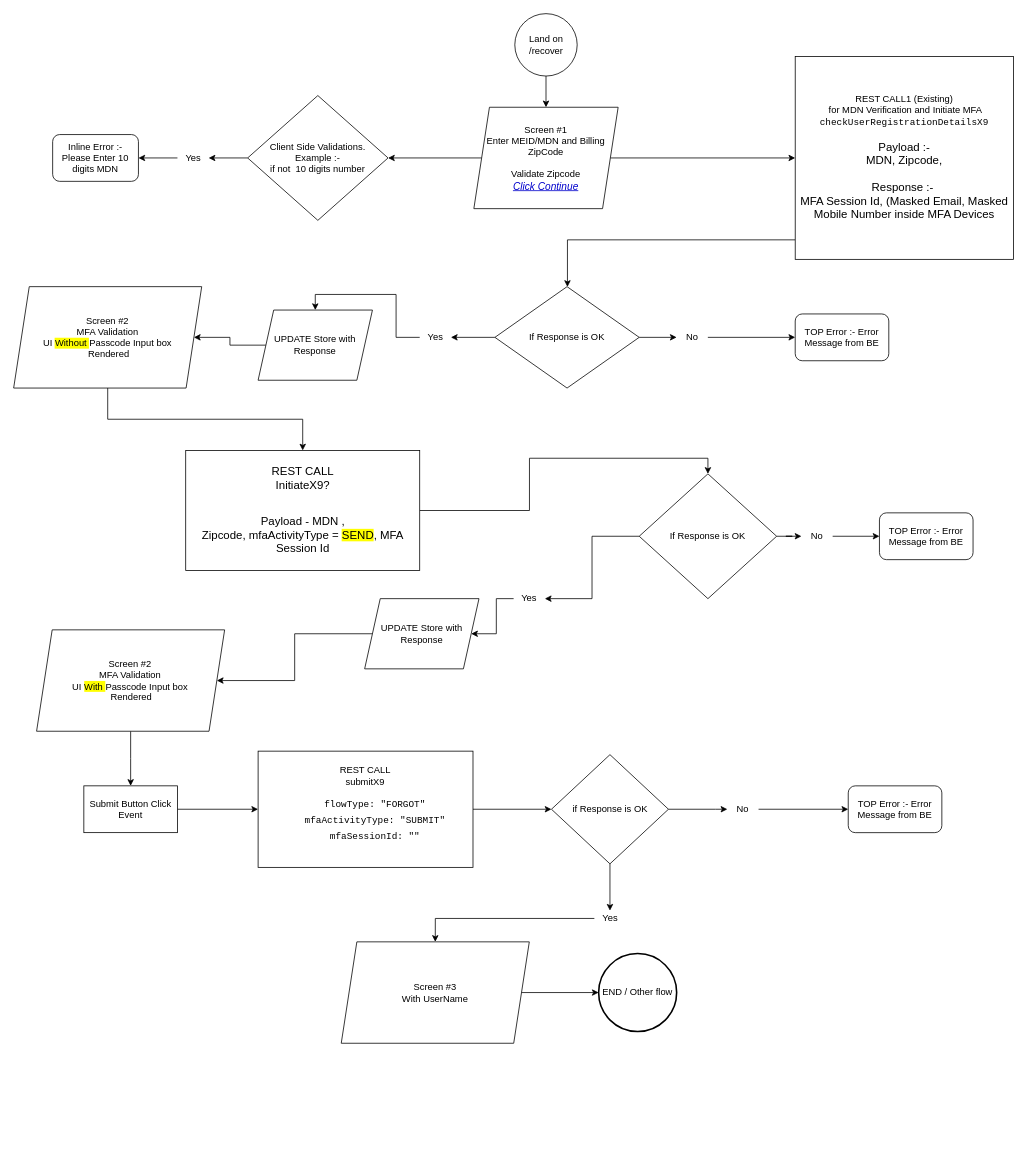
mercecii/M3 keeps this draw.io diagram as Forgot Username.drawio. Above is the earlier version. Source tidied: cells renumbered, new cells numbered last; positions are measured from the earlier drawing's top-left corner, leaving out a move shared by most shapes. Both pictures are drawn from the tidied source at 78%, with x=0, y=0 at pixel (13, 13).
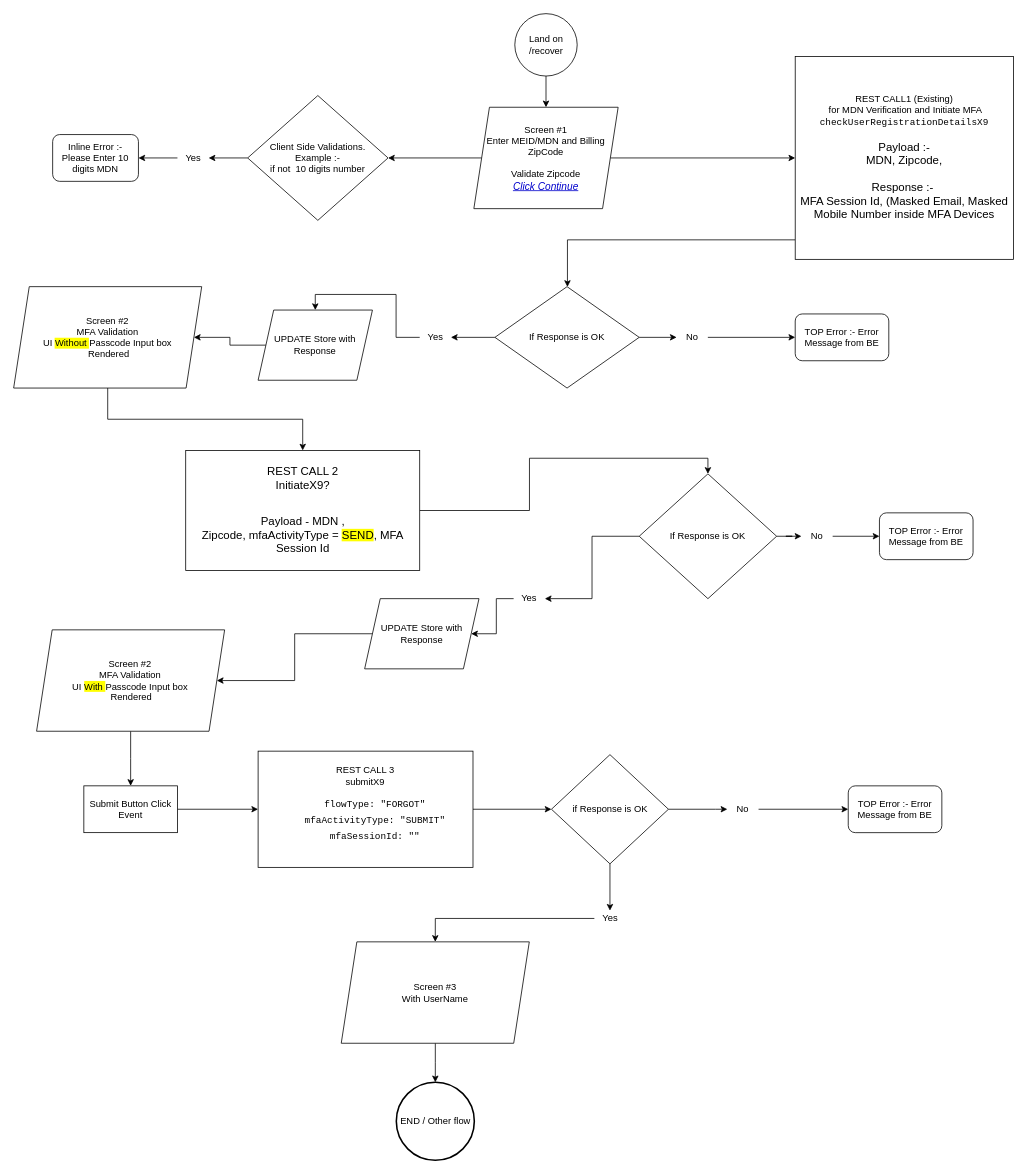
The same page after the edit.

The edit, as a diff of the source:
```diff
@@
-    <mxCell id="18" value="REST CALL&lt;br&gt;submitX9&lt;br&gt;&lt;ol class=&quot;children expanded&quot; style=&quot;box-sizing: border-box ; min-width: 0px ; min-height: 0px ; list-style-type: none ; padding-left: 10px ; font-family: &amp;#34;consolas&amp;#34; , &amp;#34;lucida console&amp;#34; , &amp;#34;courier new&amp;#34; , monospace&quot;&gt;&lt;li tabindex=&quot;0&quot; class=&quot;force-white-icons selected&quot; style=&quot;box-sizing: border-box ; min-width: 0px ; min-height: 12px ; outline-width: 0px ; text-overflow: ellipsis ; position: relative ; display: block ; align-items: center ; padding-left: 5px ; line-height: 20px ; margin-top: 1px ; margin-left: 10px&quot;&gt;&lt;span class=&quot;name-and-value&quot; style=&quot;box-sizing: border-box ; min-width: 0px ; min-height: 0px ; overflow: hidden ; text-overflow: ellipsis ; line-height: 16px&quot;&gt;&lt;span class=&quot;name&quot; style=&quot;box-sizing: border-box ; min-width: 0px ; min-height: 0px&quot;&gt;flowType&lt;/span&gt;:&amp;nbsp;&lt;span class=&quot;object-value-string value&quot; style=&quot;box-sizing: border-box ; min-width: 0px ; min-height: 0px&quot;&gt;&lt;span class=&quot;object-value-string-quote&quot; style=&quot;box-sizing: border-box ; min-width: 0px ; min-height: 0px&quot;&gt;&quot;&lt;/span&gt;FORGOT&lt;span class=&quot;object-value-string-quote&quot; style=&quot;box-sizing: border-box ; min-width: 0px ; min-height: 0px&quot;&gt;&quot;&lt;/span&gt;&lt;/span&gt;&lt;/span&gt;&lt;/li&gt;&lt;li style=&quot;box-sizing: border-box ; min-width: 0px ; min-height: 12px ; text-overflow: ellipsis ; position: relative ; display: block ; align-items: center ; padding-left: 5px ; line-height: 20px ; margin-top: 1px ; margin-left: 10px&quot;&gt;&lt;span class=&quot;name-and-value&quot; style=&quot;box-sizing: border-box ; min-width: 0px ; min-height: 0px ; overflow: hidden ; text-overflow: ellipsis ; line-height: 16px&quot;&gt;&lt;span class=&quot;name&quot; style=&quot;box-sizing: border-box ; min-width: 0px ; min-height: 0px&quot;&gt;mfaActivityType&lt;/span&gt;:&amp;nbsp;&lt;span class=&quot;object-value-string value&quot; style=&quot;box-sizing: border-box ; min-width: 0px ; min-height: 0px&quot;&gt;&lt;span class=&quot;object-value-string-quote&quot; style=&quot;box-sizing: border-box ; min-width: 0px ; min-height: 0px&quot;&gt;&quot;&lt;/span&gt;SUBMIT&lt;span class=&quot;object-value-string-quote&quot; style=&quot;box-sizing: border-box ; min-width: 0px ; min-height: 0px&quot;&gt;&quot;&lt;/span&gt;&lt;/span&gt;&lt;/span&gt;&lt;/li&gt;&lt;li style=&quot;box-sizing: border-box ; min-width: 0px ; min-height: 12px ; text-overflow: ellipsis ; position: relative ; display: block ; align-items: center ; padding-left: 5px ; line-height: 20px ; margin-top: 1px ; margin-left: 10px&quot;&gt;&lt;span class=&quot;name-and-value&quot; style=&quot;box-sizing: border-box ; min-width: 0px ; min-height: 0px ; overflow: hidden ; text-overflow: ellipsis ; line-height: 16px&quot;&gt;&lt;span class=&quot;name&quot; style=&quot;box-sizing: border-box ; min-width: 0px ; min-height: 0px&quot;&gt;mfaSessionId&lt;/span&gt;:&amp;nbsp;&lt;span class=&quot;object-value-string value&quot; style=&quot;box-sizing: border-box ; min-width: 0px ; min-height: 0px&quot;&gt;&lt;span class=&quot;object-value-string-quote&quot; style=&quot;box-sizing: border-box ; min-width: 0px ; min-height: 0px&quot;&gt;&quot;&lt;/span&gt;&lt;span class=&quot;object-value-string-quote&quot; style=&quot;box-sizing: border-box ; min-width: 0px ; min-height: 0px&quot;&gt;&quot;&lt;/span&gt;&lt;/span&gt;&lt;/span&gt;&lt;/li&gt;&lt;/ol&gt;" style="whiteSpace=wrap;html=1;" parent="1" vertex="1">
+    <mxCell id="18" value="REST CALL 3&lt;br&gt;submitX9&lt;br&gt;&lt;ol class=&quot;children expanded&quot; style=&quot;box-sizing: border-box ; min-width: 0px ; min-height: 0px ; list-style-type: none ; padding-left: 10px ; font-family: &amp;#34;consolas&amp;#34; , &amp;#34;lucida console&amp;#34; , &amp;#34;courier new&amp;#34; , monospace&quot;&gt;&lt;li tabindex=&quot;0&quot; class=&quot;force-white-icons selected&quot; style=&quot;box-sizing: border-box ; min-width: 0px ; min-height: 12px ; outline-width: 0px ; text-overflow: ellipsis ; position: relative ; display: block ; align-items: center ; padding-left: 5px ; line-height: 20px ; margin-top: 1px ; margin-left: 10px&quot;&gt;&lt;span class=&quot;name-and-value&quot; style=&quot;box-sizing: border-box ; min-width: 0px ; min-height: 0px ; overflow: hidden ; text-overflow: ellipsis ; line-height: 16px&quot;&gt;&lt;span class=&quot;name&quot; style=&quot;box-sizing: border-box ; min-width: 0px ; min-height: 0px&quot;&gt;flowType&lt;/span&gt;:&amp;nbsp;&lt;span class=&quot;object-value-string value&quot; style=&quot;box-sizing: border-box ; min-width: 0px ; min-height: 0px&quot;&gt;&lt;span class=&quot;object-value-string-quote&quot; style=&quot;box-sizing: border-box ; min-width: 0px ; min-height: 0px&quot;&gt;&quot;&lt;/span&gt;FORGOT&lt;span class=&quot;object-value-string-quote&quot; style=&quot;box-sizing: border-box ; min-width: 0px ; min-height: 0px&quot;&gt;&quot;&lt;/span&gt;&lt;/span&gt;&lt;/span&gt;&lt;/li&gt;&lt;li style=&quot;box-sizing: border-box ; min-width: 0px ; min-height: 12px ; text-overflow: ellipsis ; position: relative ; display: block ; align-items: center ; padding-left: 5px ; line-height: 20px ; margin-top: 1px ; margin-left: 10px&quot;&gt;&lt;span class=&quot;name-and-value&quot; style=&quot;box-sizing: border-box ; min-width: 0px ; min-height: 0px ; overflow: hidden ; text-overflow: ellipsis ; line-height: 16px&quot;&gt;&lt;span class=&quot;name&quot; style=&quot;box-sizing: border-box ; min-width: 0px ; min-height: 0px&quot;&gt;mfaActivityType&lt;/span&gt;:&amp;nbsp;&lt;span class=&quot;object-value-string value&quot; style=&quot;box-sizing: border-box ; min-width: 0px ; min-height: 0px&quot;&gt;&lt;span class=&quot;object-value-string-quote&quot; style=&quot;box-sizing: border-box ; min-width: 0px ; min-height: 0px&quot;&gt;&quot;&lt;/span&gt;SUBMIT&lt;span class=&quot;object-value-string-quote&quot; style=&quot;box-sizing: border-box ; min-width: 0px ; min-height: 0px&quot;&gt;&quot;&lt;/span&gt;&lt;/span&gt;&lt;/span&gt;&lt;/li&gt;&lt;li style=&quot;box-sizing: border-box ; min-width: 0px ; min-height: 12px ; text-overflow: ellipsis ; position: relative ; display: block ; align-items: center ; padding-left: 5px ; line-height: 20px ; margin-top: 1px ; margin-left: 10px&quot;&gt;&lt;span class=&quot;name-and-value&quot; style=&quot;box-sizing: border-box ; min-width: 0px ; min-height: 0px ; overflow: hidden ; text-overflow: ellipsis ; line-height: 16px&quot;&gt;&lt;span class=&quot;name&quot; style=&quot;box-sizing: border-box ; min-width: 0px ; min-height: 0px&quot;&gt;mfaSessionId&lt;/span&gt;:&amp;nbsp;&lt;span class=&quot;object-value-string value&quot; style=&quot;box-sizing: border-box ; min-width: 0px ; min-height: 0px&quot;&gt;&lt;span class=&quot;object-value-string-quote&quot; style=&quot;box-sizing: border-box ; min-width: 0px ; min-height: 0px&quot;&gt;&quot;&lt;/span&gt;&lt;span class=&quot;object-value-string-quote&quot; style=&quot;box-sizing: border-box ; min-width: 0px ; min-height: 0px&quot;&gt;&quot;&lt;/span&gt;&lt;/span&gt;&lt;/span&gt;&lt;/li&gt;&lt;/ol&gt;" style="whiteSpace=wrap;html=1;" parent="1" vertex="1">
       <mxGeometry x="313.4" y="945.5" width="275.5" height="149" as="geometry" />
     </mxCell>
@@
-    <mxCell id="20" value="&lt;span style=&quot;font-family: &amp;#34;calibri&amp;#34; ; font-size: 14.6667px&quot;&gt;REST CALL&lt;/span&gt;&lt;p style=&quot;margin: 0in ; font-family: &amp;#34;calibri&amp;#34; ; font-size: 11.0pt&quot;&gt;InitiateX9?&lt;/p&gt;&lt;br&gt;&lt;br&gt;&lt;p style=&quot;margin: 0in ; font-family: &amp;#34;calibri&amp;#34; ; font-size: 11.0pt&quot;&gt;Payload - MDN ,&lt;br&gt;Zipcode, mfaActivityType = &lt;span style=&quot;background-color: rgb(255 , 255 , 0)&quot;&gt;SEND&lt;/span&gt;, MFA Session Id&lt;/p&gt;" style="whiteSpace=wrap;html=1;" parent="1" vertex="1">
+    <mxCell id="20" value="&lt;span style=&quot;font-family: &amp;#34;calibri&amp;#34; ; font-size: 14.6667px&quot;&gt;REST CALL 2&lt;/span&gt;&lt;p style=&quot;margin: 0in ; font-family: &amp;#34;calibri&amp;#34; ; font-size: 11.0pt&quot;&gt;InitiateX9?&lt;/p&gt;&lt;br&gt;&lt;br&gt;&lt;p style=&quot;margin: 0in ; font-family: &amp;#34;calibri&amp;#34; ; font-size: 11.0pt&quot;&gt;Payload - MDN ,&lt;br&gt;Zipcode, mfaActivityType = &lt;span style=&quot;background-color: rgb(255 , 255 , 0)&quot;&gt;SEND&lt;/span&gt;, MFA Session Id&lt;/p&gt;" style="whiteSpace=wrap;html=1;" parent="1" vertex="1">
       <mxGeometry x="220.6" y="560" width="300" height="154" as="geometry" />
     </mxCell>
@@
     <mxCell id="30" value="END / Other flow" style="strokeWidth=2;html=1;shape=mxgraph.flowchart.start_2;whiteSpace=wrap;" parent="1" vertex="1">
-      <mxGeometry x="750" y="1205" width="100" height="100" as="geometry" />
+      <mxGeometry x="490.6" y="1370" width="100" height="100" as="geometry" />
     </mxCell>
```
